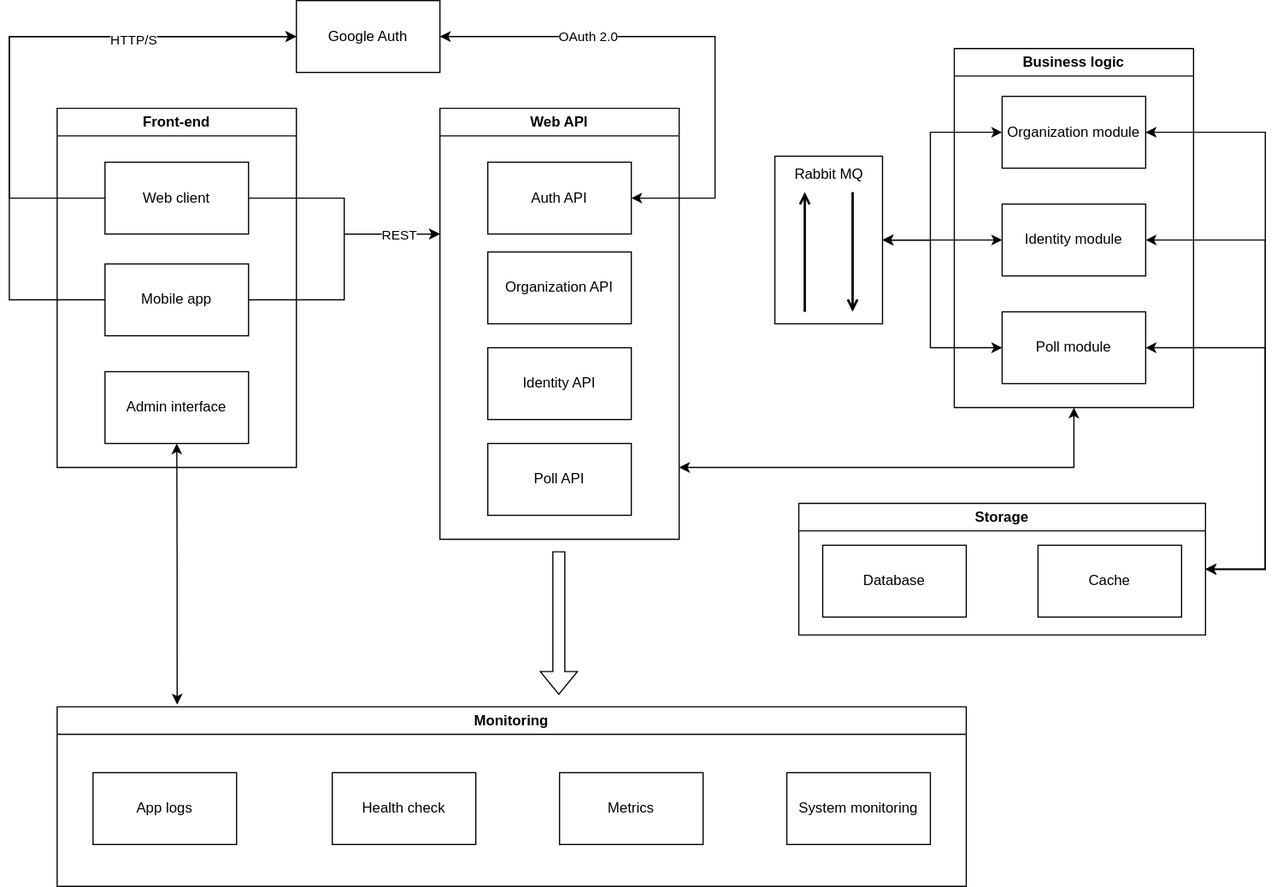
The draw.io diagram docs/design/diagrams/components.svg in gurug-prog/survey-expert, before a commit. Source tidied: cells renumbered, new cells last; positions are measured from the earlier drawing's top-left corner, leaving out a move shared by most shapes.
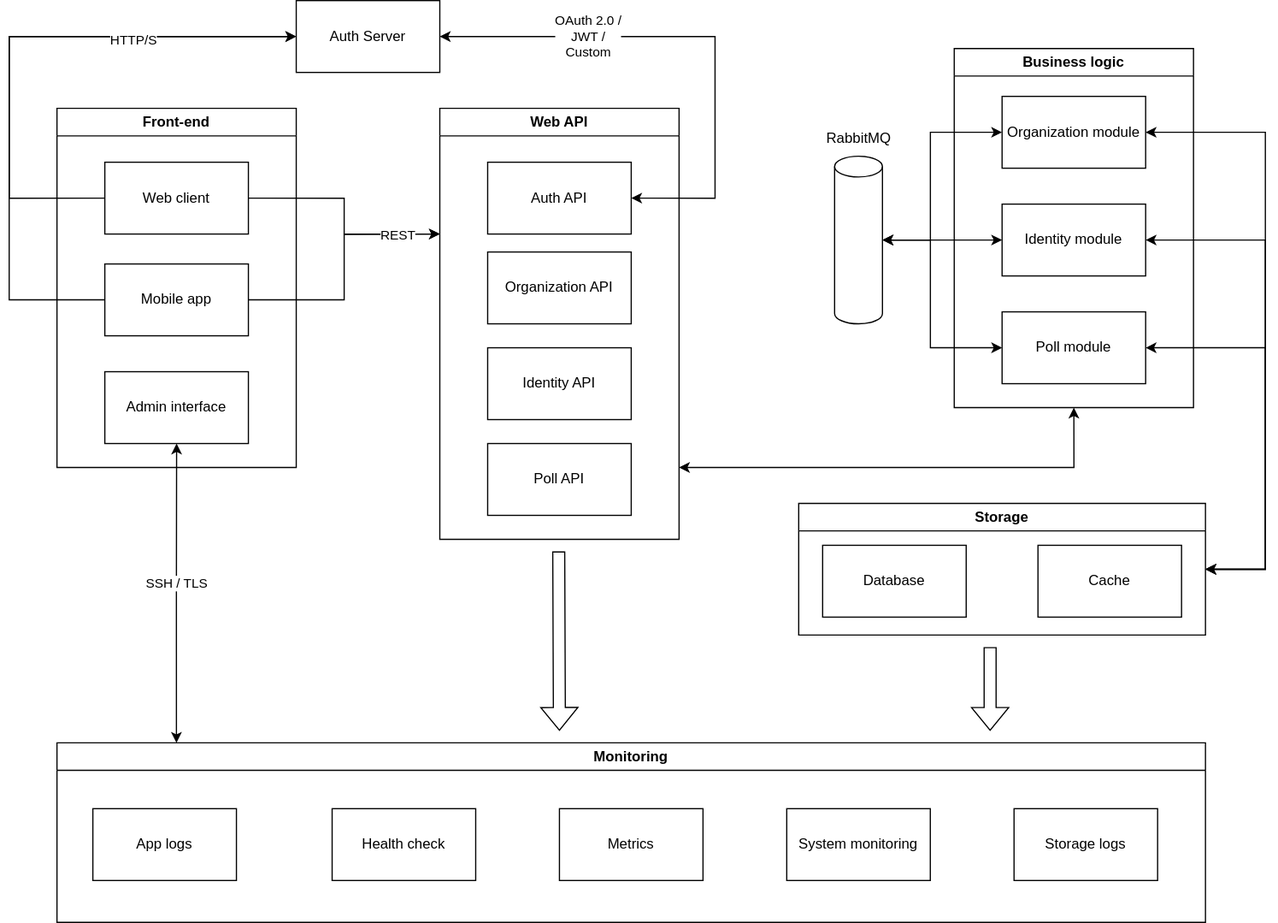
The same diagram one commit later.

Diff of the diagram source:
```diff
@@ -2,27 +2,6 @@
   <root>
     <mxCell id="0" />
     <mxCell id="1" parent="0" />
-    <mxCell id="2" style="group;" parent="1" vertex="1">
-      <mxGeometry x="640" y="130" width="90" height="140" as="geometry" />
-    </mxCell>
-    <mxCell id="3" style="rounded=0;whiteSpace=wrap;html=1;" parent="2" vertex="1">
-      <mxGeometry width="90" height="140" as="geometry" />
-    </mxCell>
-    <mxCell id="4" style="endArrow=open;html=1;rounded=0;endFill=0;strokeWidth=2;" parent="2" edge="1">
-      <mxGeometry relative="1" as="geometry">
-        <mxPoint x="25" y="130" as="sourcePoint" />
-        <mxPoint x="25" y="30" as="targetPoint" />
-      </mxGeometry>
-    </mxCell>
-    <mxCell id="5" style="endArrow=open;html=1;rounded=0;endFill=0;strokeWidth=2;" parent="2" edge="1">
-      <mxGeometry relative="1" as="geometry">
-        <mxPoint x="65" y="30" as="sourcePoint" />
-        <mxPoint x="65" y="130" as="targetPoint" />
-      </mxGeometry>
-    </mxCell>
-    <mxCell id="6" value="Rabbit MQ" style="text;html=1;align=center;verticalAlign=middle;strokeColor=none;fillColor=none;" parent="2" vertex="1">
-      <mxGeometry x="5" width="80" height="30" as="geometry" />
-    </mxCell>
     <mxCell id="7" value="Front-end" style="swimlane;whiteSpace=wrap;html=1;" parent="1" vertex="1">
       <mxGeometry x="40" y="90" width="200" height="300" as="geometry" />
     </mxCell>
@@ -85,7 +64,7 @@
         </Array>
       </mxGeometry>
     </mxCell>
-    <mxCell id="21" value="OAuth 2.0" style="edgeLabel;html=1;align=center;verticalAlign=middle;" parent="20" vertex="1">
+    <mxCell id="21" value="OAuth 2.0 /&lt;br&gt;JWT /&lt;br&gt;Custom" style="edgeLabel;html=1;align=center;verticalAlign=middle;" parent="20" vertex="1">
       <mxGeometry x="-0.43" y="1" relative="1" as="geometry" />
     </mxCell>
     <mxCell id="22" style="edgeStyle=orthogonalEdgeStyle;rounded=0;jumpSize=19;jettySize=auto;html=1;exitX=1;exitY=0.5;exitDx=0;exitDy=0;strokeWidth=1;startArrow=none;startFill=0;endArrow=classic;endFill=1;" parent="1" edge="1" source="9">
@@ -130,11 +109,14 @@
     <mxCell id="31" value="Cache" style="rounded=0;whiteSpace=wrap;html=1;" parent="29" vertex="1">
       <mxGeometry x="200" y="35" width="120" height="60" as="geometry" />
     </mxCell>
-    <mxCell id="32" style="edgeStyle=orthogonalEdgeStyle;rounded=0;jumpSize=19;jettySize=auto;html=1;entryX=0.5;entryY=1;entryDx=0;entryDy=0;strokeWidth=1;startArrow=classic;startFill=1;endArrow=classic;endFill=1;exitX=0.132;exitY=-0.013;exitDx=0;exitDy=0;exitPerimeter=0;" parent="1" edge="1" source="33" target="10">
+    <mxCell id="32" style="edgeStyle=orthogonalEdgeStyle;rounded=0;jumpSize=19;jettySize=auto;html=1;entryX=0.5;entryY=1;entryDx=0;entryDy=0;strokeWidth=1;startArrow=classic;startFill=1;endArrow=classic;endFill=1;exitX=0.104;exitY=0;exitDx=0;exitDy=0;exitPerimeter=0;" parent="1" edge="1" source="33" target="10">
       <mxGeometry relative="1" as="geometry" />
     </mxCell>
+    <mxCell id="46" value="SSH / TLS" style="edgeLabel;html=1;align=center;verticalAlign=middle;" parent="32" vertex="1">
+      <mxGeometry x="0.07" y="1" relative="1" as="geometry" />
+    </mxCell>
     <mxCell id="33" value="Monitoring" style="swimlane;whiteSpace=wrap;html=1;" parent="1" vertex="1">
-      <mxGeometry x="40" y="590" width="760" height="150" as="geometry" />
+      <mxGeometry x="40" y="620" width="960" height="150" as="geometry" />
     </mxCell>
     <mxCell id="34" value="App logs" style="rounded=0;whiteSpace=wrap;html=1;" parent="33" vertex="1">
       <mxGeometry x="30" y="55" width="120" height="60" as="geometry" />
@@ -148,16 +130,19 @@
     <mxCell id="37" value="System monitoring" style="rounded=0;whiteSpace=wrap;html=1;" parent="33" vertex="1">
       <mxGeometry x="610" y="55" width="120" height="60" as="geometry" />
     </mxCell>
+    <mxCell id="47" value="Storage logs" style="rounded=0;whiteSpace=wrap;html=1;" parent="33" vertex="1">
+      <mxGeometry x="800" y="55" width="120" height="60" as="geometry" />
+    </mxCell>
     <mxCell id="38" style="shape=flexArrow;endArrow=classic;html=1;rounded=0;strokeWidth=1;jumpSize=19;" parent="1" edge="1">
       <mxGeometry relative="1" as="geometry">
         <mxPoint x="459.4" y="460" as="sourcePoint" />
-        <mxPoint x="459.4" y="580" as="targetPoint" />
+        <mxPoint x="460" y="610" as="targetPoint" />
       </mxGeometry>
     </mxCell>
-    <mxCell id="39" value="Google Auth" style="rounded=0;whiteSpace=wrap;html=1;" parent="1" vertex="1">
+    <mxCell id="39" value="Auth Server" style="rounded=0;whiteSpace=wrap;html=1;" parent="1" vertex="1">
       <mxGeometry x="240" width="120" height="60" as="geometry" />
     </mxCell>
-    <mxCell id="40" style="edgeStyle=orthogonalEdgeStyle;rounded=0;jettySize=auto;html=1;exitX=0;exitY=0.5;exitDx=0;exitDy=0;entryX=1;entryY=0.5;entryDx=0;entryDy=0;startArrow=classic;startFill=1;" parent="1" edge="1" source="26" target="3">
+    <mxCell id="40" style="edgeStyle=orthogonalEdgeStyle;rounded=0;jettySize=auto;html=1;exitX=0;exitY=0.5;exitDx=0;exitDy=0;startArrow=classic;startFill=1;entryX=1;entryY=0.5;entryDx=0;entryDy=0;entryPerimeter=0;" parent="1" edge="1" source="26" target="49">
       <mxGeometry relative="1" as="geometry">
         <Array as="points">
           <mxPoint x="770" y="110" />
@@ -165,10 +150,10 @@
         </Array>
       </mxGeometry>
     </mxCell>
-    <mxCell id="41" style="edgeStyle=orthogonalEdgeStyle;rounded=0;jettySize=auto;html=1;exitX=0;exitY=0.5;exitDx=0;exitDy=0;startArrow=classic;startFill=1;entryX=1;entryY=0.5;entryDx=0;entryDy=0;" parent="1" edge="1" source="27" target="3">
+    <mxCell id="41" style="edgeStyle=orthogonalEdgeStyle;rounded=0;jettySize=auto;html=1;exitX=0;exitY=0.5;exitDx=0;exitDy=0;startArrow=classic;startFill=1;entryX=1;entryY=0.5;entryDx=0;entryDy=0;entryPerimeter=0;" parent="1" edge="1" source="27" target="49">
       <mxGeometry relative="1" as="geometry" />
     </mxCell>
-    <mxCell id="42" style="edgeStyle=orthogonalEdgeStyle;rounded=0;jettySize=auto;html=1;exitX=0;exitY=0.5;exitDx=0;exitDy=0;entryX=1;entryY=0.5;entryDx=0;entryDy=0;startArrow=classic;startFill=1;" parent="1" edge="1" source="28" target="3">
+    <mxCell id="42" style="edgeStyle=orthogonalEdgeStyle;rounded=0;jettySize=auto;html=1;exitX=0;exitY=0.5;exitDx=0;exitDy=0;startArrow=classic;startFill=1;entryX=1;entryY=0.5;entryDx=0;entryDy=0;entryPerimeter=0;" parent="1" edge="1" source="28" target="49">
       <mxGeometry relative="1" as="geometry">
         <Array as="points">
           <mxPoint x="770" y="290" />
@@ -200,5 +185,18 @@
         </Array>
       </mxGeometry>
     </mxCell>
+    <mxCell id="48" style="shape=flexArrow;endArrow=classic;html=1;rounded=0;strokeWidth=1;jumpSize=19;" parent="1" edge="1">
+      <mxGeometry x="0.17" y="251" relative="1" as="geometry">
+        <mxPoint x="820" y="540" as="sourcePoint" />
+        <mxPoint x="820" y="610" as="targetPoint" />
+        <mxPoint y="-1" as="offset" />
+      </mxGeometry>
+    </mxCell>
+    <mxCell id="49" style="shape=cylinder3;whiteSpace=wrap;html=1;boundedLbl=1;backgroundOutline=1;size=8.666666666666686;strokeColor=#000000;direction=east;" parent="1" vertex="1">
+      <mxGeometry x="690" y="130" width="40" height="140" as="geometry" />
+    </mxCell>
+    <mxCell id="50" value="RabbitMQ" style="text;html=1;align=center;verticalAlign=middle;strokeColor=none;fillColor=none;" parent="1" vertex="1">
+      <mxGeometry x="670" y="100" width="80" height="30" as="geometry" />
+    </mxCell>
   </root>
 </mxGraphModel>
```
